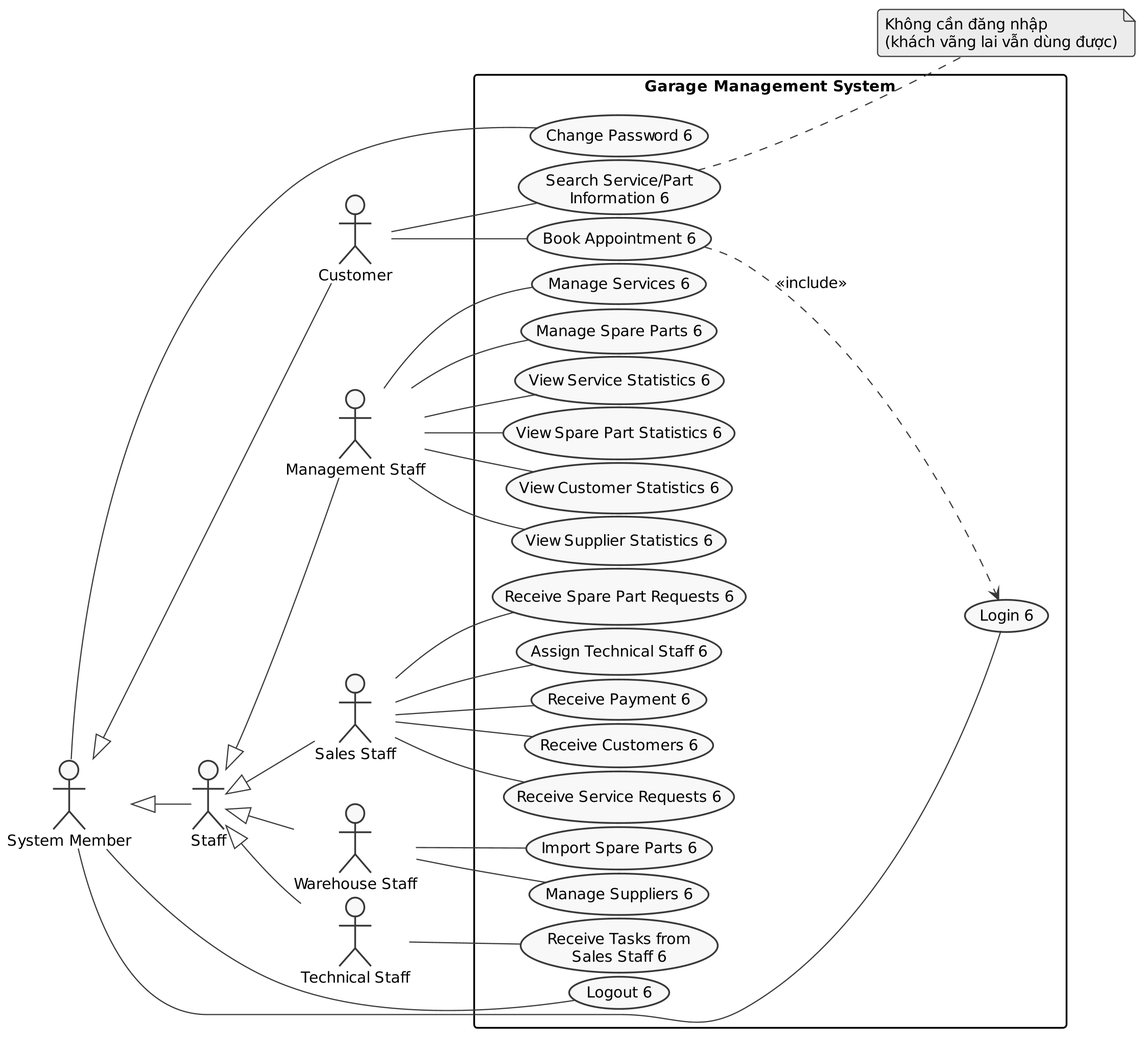
IvorDang/Garage_Management_6 keeps this PlantUML diagram as docs/uml/01_UC_TongQuan.png. Above is the earlier version. Its source is kept beside it as docs/uml/01_UC_TongQuan.puml.
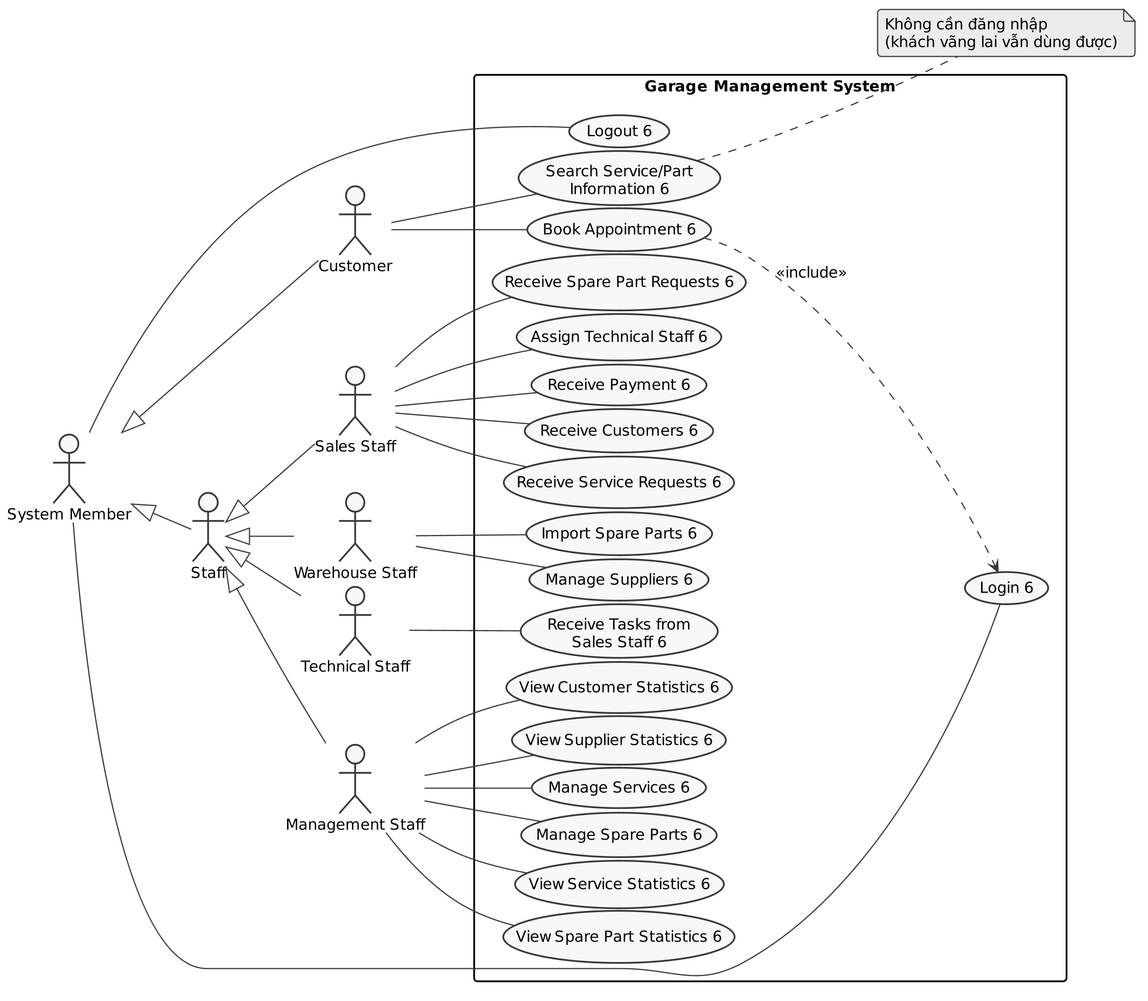
The same file after the commit.

Commit message:
Bo UC Change Password 6 (ngoai pham vi)

Claude-Session: https://claude.ai/code/session_01KAHcVDjiBPm8qMPhendRvd

Diff of the diagram source:
```diff
@@ -20,7 +20,6 @@
 rectangle "Garage Management System" {
   usecase "Login 6" as L
   usecase "Logout 6" as LO
-  usecase "Change Password 6" as CP
   usecase "Search Service/Part\nInformation 6" as S
   usecase "Book Appointment 6" as B
   usecase "View Service Statistics 6" as M1
@@ -40,7 +39,6 @@
 }
 SM -- L
 SM -- LO
-SM -- CP
 C -- S
 C -- B
 B ..> L : <<include>>
```
